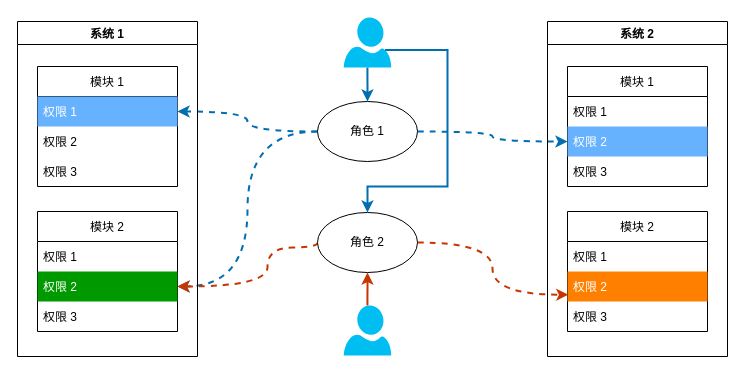
This is Draw/ATS/Authority.drawio from huangjia2107/DrawOnline, a draw.io file, before an edit. Source tidied: cells renumbered, new cells numbered last; positions are measured from the earlier drawing's top-left corner, leaving out a move shared by most shapes. Both pictures are drawn from the tidied source at 100%, with x=0, y=0 at pixel (17, 17).
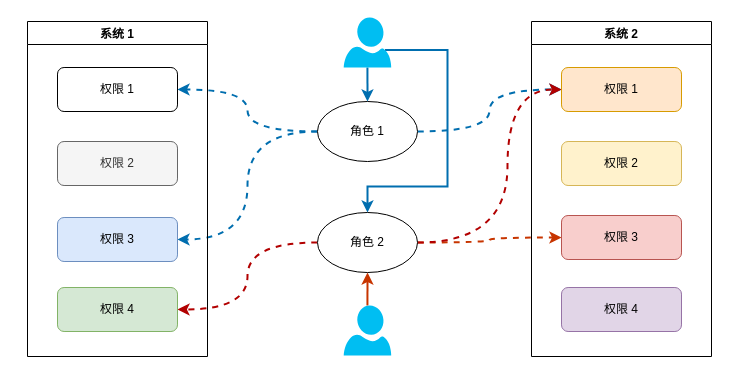
After the change.

The change refers to these unchanged cells:
```xml
<mxCell id="10" value="角色 1" style="ellipse;whiteSpace=wrap;html=1;" parent="1" vertex="1">
  <mxGeometry x="300" y="84" width="100" height="60" as="geometry" />
</mxCell>
<mxCell id="13" value="角色 2" style="ellipse;whiteSpace=wrap;html=1;" parent="1" vertex="1">
  <mxGeometry x="300" y="195" width="100" height="60" as="geometry" />
</mxCell>
```

The edit, as a diff of the source:
```diff
@@
-    <mxCell id="7" style="edgeStyle=orthogonalEdgeStyle;curved=1;rounded=0;jettySize=auto;html=1;exitX=0;exitY=0.5;exitDx=0;exitDy=0;strokeColor=#006EAF;strokeWidth=2;fillColor=#1ba1e2;dashed=1;" parent="1" edge="1" source="10" target="16">
+    <mxCell id="7" style="edgeStyle=orthogonalEdgeStyle;curved=1;rounded=0;jettySize=auto;html=1;exitX=0;exitY=0.5;exitDx=0;exitDy=0;strokeColor=#006EAF;strokeWidth=2;fillColor=#1ba1e2;dashed=1;entryX=1;entryY=0.5;entryDx=0;entryDy=0;" parent="1" edge="1" source="10" target="38">
       <mxGeometry relative="1" as="geometry" />
     </mxCell>
-    <mxCell id="8" style="edgeStyle=orthogonalEdgeStyle;curved=1;rounded=0;jettySize=auto;html=1;exitX=0;exitY=0.5;exitDx=0;exitDy=0;entryX=1;entryY=0.5;entryDx=0;entryDy=0;strokeColor=#006EAF;strokeWidth=2;fillColor=#1ba1e2;dashed=1;" parent="1" edge="1" source="10" target="21">
+    <mxCell id="8" style="edgeStyle=orthogonalEdgeStyle;curved=1;rounded=0;jettySize=auto;html=1;exitX=0;exitY=0.5;exitDx=0;exitDy=0;entryX=1;entryY=0.5;entryDx=0;entryDy=0;strokeColor=#006EAF;strokeWidth=2;fillColor=#1ba1e2;dashed=1;" parent="1" edge="1" source="10" target="40">
       <mxGeometry relative="1" as="geometry" />
     </mxCell>
-    <mxCell id="9" style="edgeStyle=orthogonalEdgeStyle;curved=1;rounded=0;jettySize=auto;html=1;exitX=1;exitY=0.5;exitDx=0;exitDy=0;entryX=0;entryY=0.5;entryDx=0;entryDy=0;strokeColor=#006EAF;strokeWidth=2;fillColor=#1ba1e2;dashed=1;" parent="1" edge="1" source="10" target="26">
+    <mxCell id="9" style="edgeStyle=orthogonalEdgeStyle;curved=1;rounded=0;jettySize=auto;html=1;exitX=1;exitY=0.5;exitDx=0;exitDy=0;entryX=0;entryY=0.5;entryDx=0;entryDy=0;strokeColor=#006EAF;strokeWidth=2;fillColor=#1ba1e2;dashed=1;" parent="1" edge="1" source="10" target="34">
       <mxGeometry relative="1" as="geometry" />
     </mxCell>
@@
-    <mxCell id="11" style="edgeStyle=orthogonalEdgeStyle;curved=1;rounded=0;jettySize=auto;html=1;exitX=1;exitY=0.5;exitDx=0;exitDy=0;entryX=0.006;entryY=0.773;entryDx=0;entryDy=0;entryPerimeter=0;strokeColor=#C73500;strokeWidth=2;fillColor=#fa6800;dashed=1;" parent="1" edge="1" source="13" target="30">
+    <mxCell id="11" style="edgeStyle=orthogonalEdgeStyle;curved=1;rounded=0;jettySize=auto;html=1;exitX=1;exitY=0.5;exitDx=0;exitDy=0;entryX=0;entryY=0.5;entryDx=0;entryDy=0;strokeColor=#C73500;strokeWidth=2;fillColor=#fa6800;dashed=1;" parent="1" edge="1" source="13" target="37">
       <mxGeometry relative="1" as="geometry" />
     </mxCell>
-    <mxCell id="12" style="edgeStyle=orthogonalEdgeStyle;curved=1;rounded=0;jettySize=auto;html=1;exitX=0;exitY=0.5;exitDx=0;exitDy=0;entryX=1;entryY=0.5;entryDx=0;entryDy=0;dashed=1;strokeColor=#C73500;strokeWidth=2;fillColor=#fa6800;" parent="1" edge="1" source="13" target="21">
-      <mxGeometry relative="1" as="geometry">
-        <Array as="points">
-          <mxPoint x="300" y="230" />
-          <mxPoint x="250" y="230" />
-          <mxPoint x="250" y="269" />
-        </Array>
-      </mxGeometry>
-    </mxCell>
+    <mxCell id="32" style="edgeStyle=orthogonalEdgeStyle;rounded=0;jettySize=auto;html=1;exitX=0;exitY=0.5;exitDx=0;exitDy=0;entryX=1;entryY=0.5;entryDx=0;entryDy=0;curved=1;dashed=1;strokeWidth=2;fillColor=#e51400;strokeColor=#B20000;" parent="1" edge="1" source="13" target="41">
+      <mxGeometry relative="1" as="geometry" />
+    </mxCell>
+    <mxCell id="33" style="edgeStyle=orthogonalEdgeStyle;curved=1;rounded=0;jettySize=auto;html=1;exitX=1;exitY=0.5;exitDx=0;exitDy=0;entryX=0;entryY=0.5;entryDx=0;entryDy=0;dashed=1;strokeWidth=2;fillColor=#e51400;strokeColor=#B20000;" parent="1" edge="1" source="13" target="34">
+      <mxGeometry relative="1" as="geometry">
+        <Array as="points">
+          <mxPoint x="490" y="225" />
+          <mxPoint x="490" y="72" />
+        </Array>
+      </mxGeometry>
+    </mxCell>
@@
+    <mxCell id="23" value="系统 2" style="swimlane;" parent="1" vertex="1">
+      <mxGeometry x="514" y="4" width="180" height="335" as="geometry" />
+    </mxCell>
+    <mxCell id="34" value="权限 1" style="rounded=1;whiteSpace=wrap;html=1;fillColor=#ffe6cc;strokeColor=#d79b00;" parent="23" vertex="1">
+      <mxGeometry x="30" y="46" width="120" height="44" as="geometry" />
+    </mxCell>
+    <mxCell id="35" value="权限 2" style="rounded=1;whiteSpace=wrap;html=1;fillColor=#fff2cc;strokeColor=#d6b656;" parent="23" vertex="1">
+      <mxGeometry x="30" y="120" width="120" height="44" as="geometry" />
+    </mxCell>
+    <mxCell id="36" value="权限 4" style="rounded=1;whiteSpace=wrap;html=1;fillColor=#e1d5e7;strokeColor=#9673a6;" parent="23" vertex="1">
+      <mxGeometry x="30" y="266" width="120" height="44" as="geometry" />
+    </mxCell>
+    <mxCell id="37" value="权限 3" style="rounded=1;whiteSpace=wrap;html=1;fillColor=#f8cecc;strokeColor=#b85450;" parent="23" vertex="1">
+      <mxGeometry x="30" y="194" width="120" height="44" as="geometry" />
+    </mxCell>
     <mxCell id="14" value="系统 1" style="swimlane;" parent="1" vertex="1">
-      <mxGeometry y="4" width="180" height="335" as="geometry" />
+      <mxGeometry x="10" y="4" width="180" height="335" as="geometry" />
     </mxCell>
-    <mxCell id="15" value="模块 1" style="swimlane;fontStyle=0;horizontal=1;startSize=30;" parent="14" vertex="1">
-      <mxGeometry x="20" y="45" width="140" height="120" as="geometry" />
-    </mxCell>
-    <mxCell id="16" value="权限 1" style="text;strokeColor=none;fillColor=#66B2FF;align=left;verticalAlign=middle;spacingLeft=4;spacingRight=4;overflow=hidden;points=[[0,0.5],[1,0.5]];portConstraint=eastwest;fontColor=#FFFFFF;" parent="15" vertex="1">
-      <mxGeometry y="30" width="140" height="30" as="geometry" />
-    </mxCell>
-    <mxCell id="17" value="权限 2" style="text;strokeColor=none;fillColor=none;align=left;verticalAlign=middle;spacingLeft=4;spacingRight=4;overflow=hidden;" parent="15" vertex="1">
-      <mxGeometry y="60" width="140" height="30" as="geometry" />
-    </mxCell>
-    <mxCell id="18" value="权限 3" style="text;strokeColor=none;fillColor=none;align=left;verticalAlign=middle;spacingLeft=4;spacingRight=4;overflow=hidden;" parent="15" vertex="1">
-      <mxGeometry y="90" width="140" height="30" as="geometry" />
-    </mxCell>
-    <mxCell id="19" value="模块 2" style="swimlane;fontStyle=0;horizontal=1;startSize=30;" parent="14" vertex="1">
-      <mxGeometry x="20" y="190" width="140" height="120" as="geometry" />
-    </mxCell>
-    <mxCell id="20" value="权限 1" style="text;strokeColor=none;fillColor=none;align=left;verticalAlign=middle;spacingLeft=4;spacingRight=4;overflow=hidden;" parent="19" vertex="1">
-      <mxGeometry y="30" width="140" height="30" as="geometry" />
-    </mxCell>
-    <mxCell id="21" value="权限 2" style="text;strokeColor=none;fillColor=#009900;align=left;verticalAlign=middle;spacingLeft=4;spacingRight=4;overflow=hidden;points=[[0,0.5],[1,0.5]];portConstraint=eastwest;fontColor=#FFFFFF;" parent="19" vertex="1">
-      <mxGeometry y="60" width="140" height="30" as="geometry" />
-    </mxCell>
-    <mxCell id="22" value="权限 3" style="text;strokeColor=none;fillColor=none;align=left;verticalAlign=middle;spacingLeft=4;spacingRight=4;overflow=hidden;" parent="19" vertex="1">
-      <mxGeometry y="90" width="140" height="30" as="geometry" />
-    </mxCell>
-    <mxCell id="23" value="系统 2" style="swimlane;" parent="1" vertex="1">
-      <mxGeometry x="530" y="4" width="180" height="335" as="geometry" />
-    </mxCell>
-    <mxCell id="24" value="模块 1" style="swimlane;fontStyle=0;horizontal=1;startSize=30;" parent="23" vertex="1">
-      <mxGeometry x="20" y="45" width="140" height="120" as="geometry" />
-    </mxCell>
-    <mxCell id="25" value="权限 1" style="text;strokeColor=none;fillColor=none;align=left;verticalAlign=middle;spacingLeft=4;spacingRight=4;overflow=hidden;" parent="24" vertex="1">
-      <mxGeometry y="30" width="140" height="30" as="geometry" />
-    </mxCell>
-    <mxCell id="26" value="权限 2" style="text;strokeColor=none;fillColor=#66B2FF;align=left;verticalAlign=middle;spacingLeft=4;spacingRight=4;overflow=hidden;points=[[0,0.5],[1,0.5]];portConstraint=eastwest;fontColor=#FFFFFF;" parent="24" vertex="1">
-      <mxGeometry y="60" width="140" height="30" as="geometry" />
-    </mxCell>
-    <mxCell id="27" value="权限 3" style="text;strokeColor=none;fillColor=none;align=left;verticalAlign=middle;spacingLeft=4;spacingRight=4;overflow=hidden;" parent="24" vertex="1">
-      <mxGeometry y="90" width="140" height="30" as="geometry" />
-    </mxCell>
-    <mxCell id="28" value="模块 2" style="swimlane;fontStyle=0;horizontal=1;startSize=30;" parent="23" vertex="1">
-      <mxGeometry x="20" y="190" width="140" height="120" as="geometry" />
-    </mxCell>
-    <mxCell id="29" value="权限 1" style="text;strokeColor=none;fillColor=none;align=left;verticalAlign=middle;spacingLeft=4;spacingRight=4;overflow=hidden;" parent="28" vertex="1">
-      <mxGeometry y="30" width="140" height="30" as="geometry" />
-    </mxCell>
-    <mxCell id="30" value="权限 2" style="text;strokeColor=none;fillColor=#FF8000;align=left;verticalAlign=middle;spacingLeft=4;spacingRight=4;overflow=hidden;points=[[0,0.5],[1,0.5]];portConstraint=eastwest;fontColor=#FFFFFF;" parent="28" vertex="1">
-      <mxGeometry y="60" width="140" height="30" as="geometry" />
-    </mxCell>
-    <mxCell id="31" value="权限 3" style="text;strokeColor=none;fillColor=none;align=left;verticalAlign=middle;spacingLeft=4;spacingRight=4;overflow=hidden;" parent="28" vertex="1">
-      <mxGeometry y="90" width="140" height="30" as="geometry" />
-    </mxCell>
+    <mxCell id="38" value="权限 1" style="rounded=1;whiteSpace=wrap;html=1;" parent="14" vertex="1">
+      <mxGeometry x="30" y="46" width="120" height="44" as="geometry" />
+    </mxCell>
+    <mxCell id="39" value="权限 2" style="rounded=1;whiteSpace=wrap;html=1;fillColor=#f5f5f5;fontColor=#333333;strokeColor=#666666;" parent="14" vertex="1">
+      <mxGeometry x="30" y="120" width="120" height="44" as="geometry" />
+    </mxCell>
+    <mxCell id="40" value="权限 3" style="rounded=1;whiteSpace=wrap;html=1;fillColor=#dae8fc;strokeColor=#6c8ebf;" parent="14" vertex="1">
+      <mxGeometry x="30" y="196" width="120" height="44" as="geometry" />
+    </mxCell>
+    <mxCell id="41" value="权限 4" style="rounded=1;whiteSpace=wrap;html=1;fillColor=#d5e8d4;strokeColor=#82b366;" parent="14" vertex="1">
+      <mxGeometry x="30" y="266" width="120" height="44" as="geometry" />
+    </mxCell>
```
